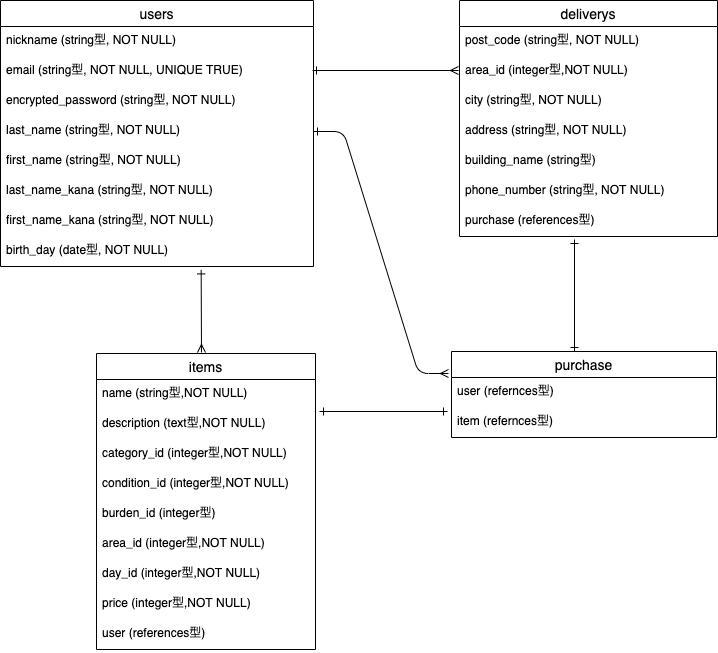
Earlier version of the draw.io export furima.drawio.png (kimurasouichi/furima-35237). Source tidied: cells renumbered, new cells last; positions are measured from the earlier drawing's top-left corner, leaving out a move shared by most shapes.
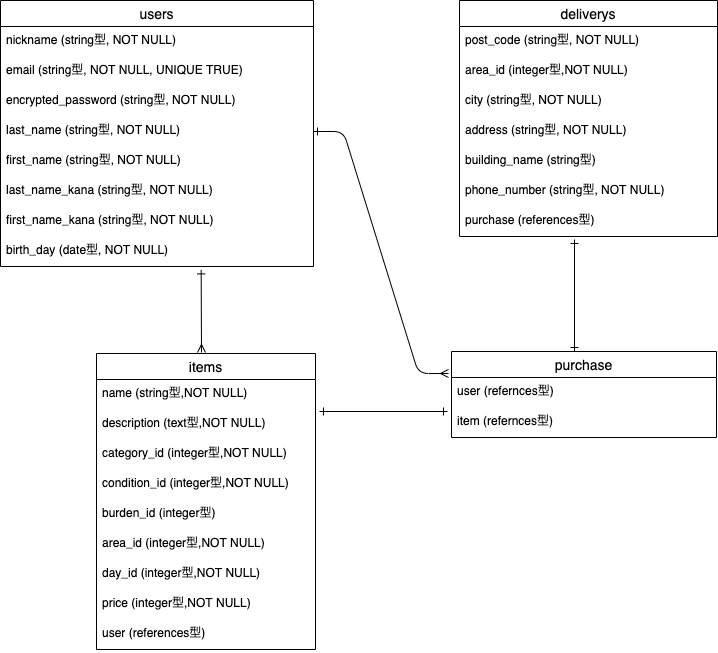
After the change.

Commit message:
レビューの修正5

Diff of the diagram source:
```diff
@@ -83,12 +83,6 @@
     <mxCell id="28" value="purchase (references型)" style="text;strokeColor=none;fillColor=none;spacingLeft=4;spacingRight=4;overflow=hidden;fontSize=12;" parent="21" vertex="1">
       <mxGeometry y="206" width="258" height="30" as="geometry" />
     </mxCell>
-    <mxCell id="29" style="fontSize=12;html=1;endArrow=ERmany;startArrow=ERone;endFill=0;startFill=0;" parent="1" edge="1">
-      <mxGeometry relative="1" as="geometry">
-        <mxPoint x="312" y="70" as="sourcePoint" />
-        <mxPoint x="458" y="70" as="targetPoint" />
-      </mxGeometry>
-    </mxCell>
     <mxCell id="30" style="endArrow=ERone;html=1;rounded=0;startArrow=ERmany;startFill=0;endFill=0;entryX=0.443;entryY=1.114;entryDx=0;entryDy=0;entryPerimeter=0;" parent="1" edge="1">
       <mxGeometry relative="1" as="geometry">
         <mxPoint x="201" y="352" as="sourcePoint" />
```
